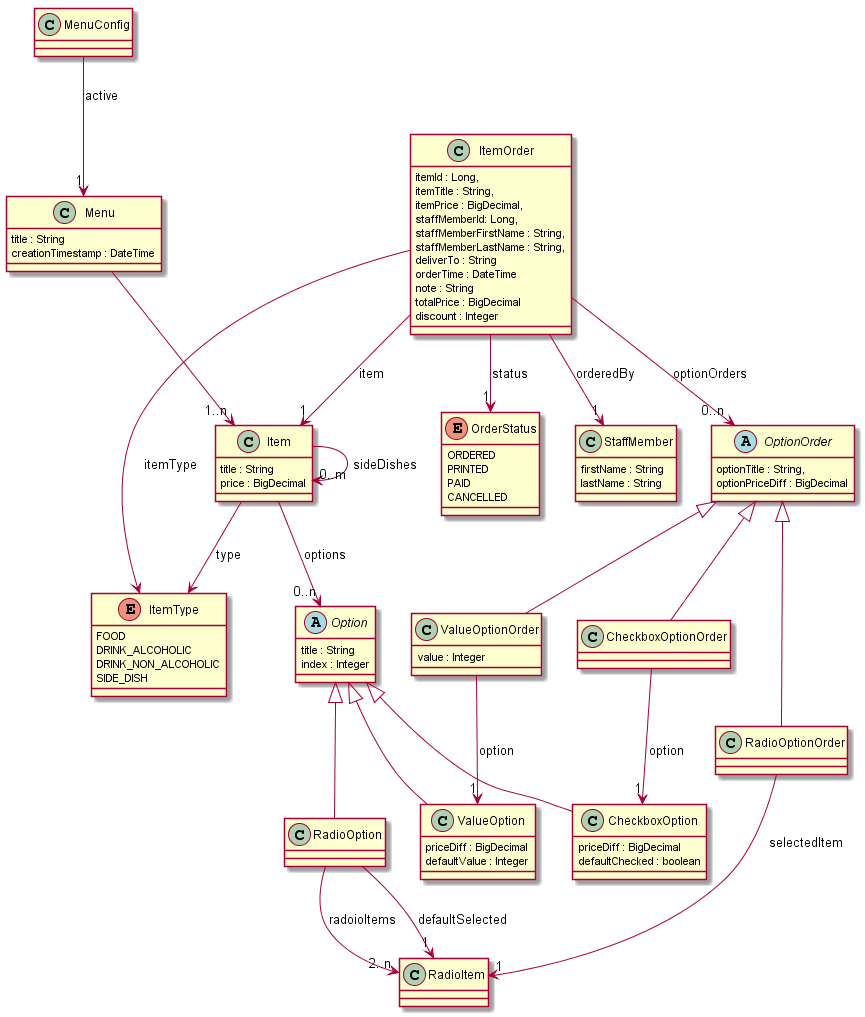
This is images/domain-model.png from clboettcher/bonappetit, a PlantUML export, as it was before one commit.
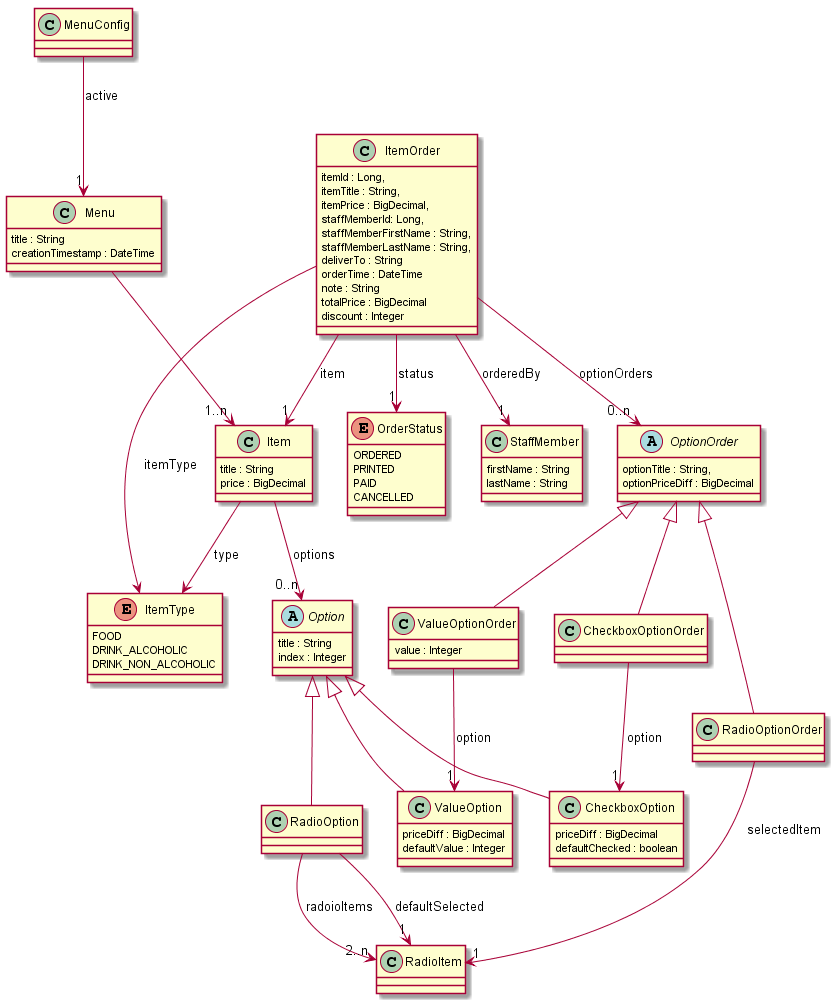
After the commit.

Change to the diagram source:
```diff
@@ -13,7 +13,6 @@
     FOOD
     DRINK_ALCOHOLIC
     DRINK_NON_ALCOHOLIC
-    SIDE_DISH
 }
 
 abstract class Option {
@@ -68,7 +67,6 @@
 
 MenuConfig --> "1" Menu : active
 Menu --> "1..n" Item
-Item --> "0..m" Item : sideDishes
 Item --> ItemType : type
 Item --> "0..n" Option : options
 
```
